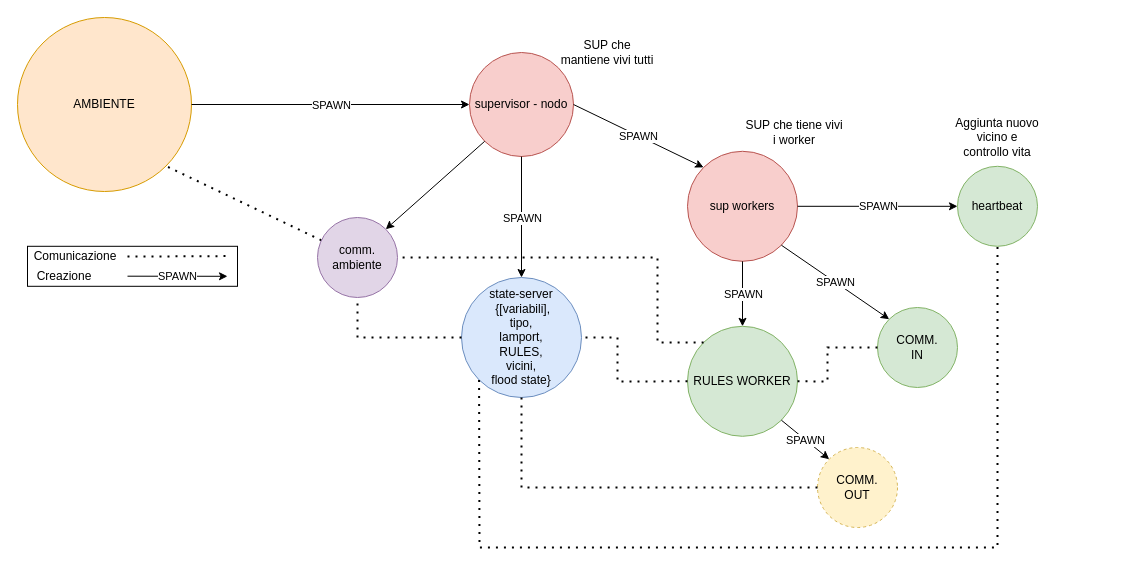
Above: relazione/draws/draw_nodeworker.drawio in DiegoBorsoi/ProgettoSistemiDistribuiti (draw.io), before the change. Source tidied: cells renumbered, new cells numbered last; positions are measured from the earlier drawing's top-left corner, leaving out a move shared by most shapes. Both pictures are drawn from the tidied source at 100%, with x=0, y=0 at pixel (17, 17).
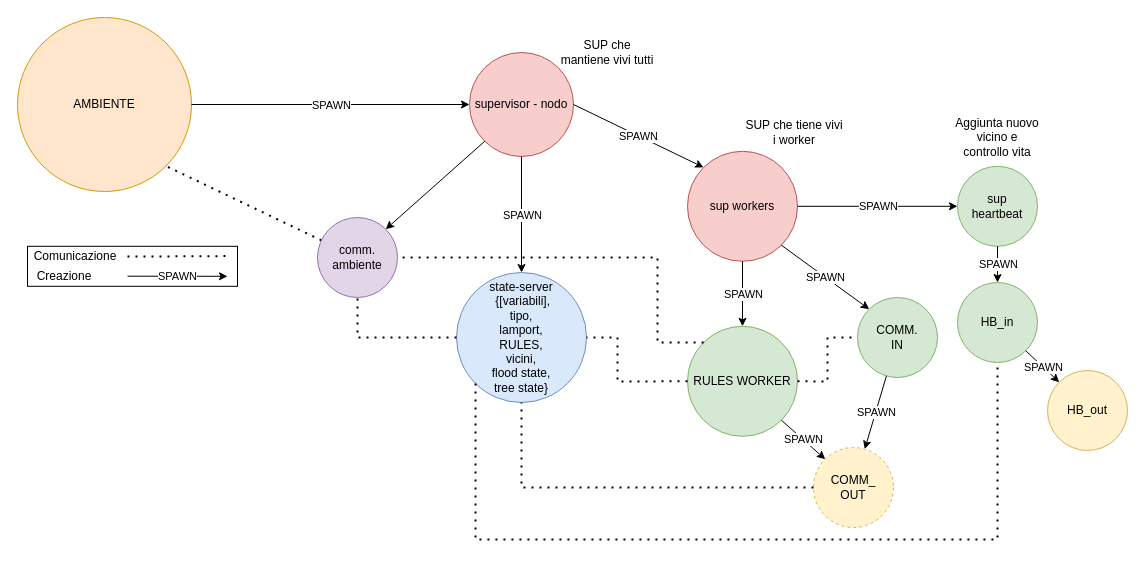
The same diagram, later.

The change refers to these unchanged cells:
```xml
<mxCell id="7" value="RULES WORKER" style="ellipse;whiteSpace=wrap;html=1;fillColor=#d5e8d4;strokeColor=#82b366;" parent="1" vertex="1">
  <mxGeometry x="670" y="308.8" width="110" height="110" as="geometry" />
</mxCell>
```

Change to the diagram source:
```diff
@@
-    <mxCell id="4" value="state-server&lt;br&gt;&amp;nbsp;{[variabili], &lt;br&gt;tipo,&lt;br&gt;lamport,&lt;br&gt;RULES,&lt;br&gt;vicini,&lt;br&gt;flood state}" style="ellipse;whiteSpace=wrap;html=1;fillColor=#dae8fc;strokeColor=#6c8ebf;" parent="1" vertex="1">
-      <mxGeometry x="444" y="260" width="120" height="120" as="geometry" />
+    <mxCell id="4" value="state-server&lt;br&gt;&amp;nbsp;{[variabili], &lt;br&gt;tipo,&lt;br&gt;lamport,&lt;br&gt;RULES,&lt;br&gt;vicini,&lt;br&gt;flood state,&lt;br&gt;tree state}" style="ellipse;whiteSpace=wrap;html=1;fillColor=#dae8fc;strokeColor=#6c8ebf;" parent="1" vertex="1">
+      <mxGeometry x="439" y="255" width="130" height="130" as="geometry" />
     </mxCell>
@@
     <mxCell id="6" value="COMM.&lt;br&gt;IN" style="ellipse;whiteSpace=wrap;html=1;fillColor=#d5e8d4;strokeColor=#82b366;" parent="1" vertex="1">
-      <mxGeometry x="860" y="290" width="80" height="80" as="geometry" />
+      <mxGeometry x="840" y="280" width="80" height="80" as="geometry" />
     </mxCell>
@@
-    <mxCell id="14" value="heartbeat" style="ellipse;whiteSpace=wrap;html=1;fillColor=#d5e8d4;strokeColor=#82b366;" parent="1" vertex="1">
+    <mxCell id="14" value="sup&lt;br&gt;heartbeat" style="ellipse;whiteSpace=wrap;html=1;fillColor=#d5e8d4;strokeColor=#82b366;" parent="1" vertex="1">
       <mxGeometry x="940" y="148.8" width="80" height="80" as="geometry" />
     </mxCell>
@@
-    <mxCell id="18" value="COMM.&lt;br&gt;OUT" style="ellipse;whiteSpace=wrap;html=1;dashed=1;fillColor=#fff2cc;strokeColor=#d6b656;" parent="1" vertex="1">
-      <mxGeometry x="800" y="430" width="80" height="80" as="geometry" />
+    <mxCell id="18" value="COMM_&lt;br&gt;OUT" style="ellipse;whiteSpace=wrap;html=1;dashed=1;fillColor=#fff2cc;strokeColor=#d6b656;" parent="1" vertex="1">
+      <mxGeometry x="796" y="430" width="80" height="80" as="geometry" />
     </mxCell>
@@
-    <mxCell id="30" style="endArrow=none;dashed=1;html=1;dashPattern=1 3;strokeWidth=2;entryX=0.5;entryY=1;entryDx=0;entryDy=0;exitX=0;exitY=1;exitDx=0;exitDy=0;rounded=0;" parent="1" edge="1" source="4" target="14">
+    <mxCell id="30" style="endArrow=none;dashed=1;html=1;dashPattern=1 3;strokeWidth=2;exitX=0;exitY=1;exitDx=0;exitDy=0;rounded=0;entryX=0.5;entryY=1;entryDx=0;entryDy=0;" parent="1" edge="1" source="4">
       <mxGeometry relative="1" as="geometry">
+        <mxPoint x="980" y="337" as="targetPoint" />
         <Array as="points">
-          <mxPoint x="462" y="530" />
-          <mxPoint x="980" y="530" />
+          <mxPoint x="458" y="522" />
+          <mxPoint x="980" y="522" />
         </Array>
       </mxGeometry>
     </mxCell>
-    <mxCell id="31" style="endArrow=none;dashed=1;html=1;dashPattern=1 3;strokeWidth=2;entryX=1;entryY=0.5;entryDx=0;entryDy=0;exitX=0;exitY=0.5;exitDx=0;exitDy=0;rounded=0;" parent="1" edge="1" source="7" target="4">
+    <mxCell id="31" style="endArrow=none;dashed=1;html=1;dashPattern=1 3;strokeWidth=2;exitX=0;exitY=0.5;exitDx=0;exitDy=0;rounded=0;entryX=1;entryY=0.5;entryDx=0;entryDy=0;" parent="1" edge="1" source="7" target="4">
       <mxGeometry relative="1" as="geometry">
         <Array as="points">
           <mxPoint x="600" y="364" />
           <mxPoint x="600" y="320" />
         </Array>
       </mxGeometry>
     </mxCell>
@@
     <mxCell id="35" style="endArrow=none;dashed=1;html=1;dashPattern=1 3;strokeWidth=2;entryX=0;entryY=0.5;entryDx=0;entryDy=0;exitX=1;exitY=0.5;exitDx=0;exitDy=0;rounded=0;" parent="1" edge="1" source="7" target="6">
       <mxGeometry relative="1" as="geometry">
         <Array as="points">
           <mxPoint x="810" y="364" />
-          <mxPoint x="810" y="330" />
+          <mxPoint x="810" y="320" />
         </Array>
       </mxGeometry>
     </mxCell>
@@
+    <mxCell id="42" value="HB_in" style="ellipse;whiteSpace=wrap;html=1;fillColor=#d5e8d4;strokeColor=#82b366;" parent="1" vertex="1">
+      <mxGeometry x="940" y="265" width="80" height="80" as="geometry" />
+    </mxCell>
+    <mxCell id="43" value="HB_out" style="ellipse;whiteSpace=wrap;html=1;fillColor=#fff2cc;strokeColor=#d6b656;" parent="1" vertex="1">
+      <mxGeometry x="1030" y="353" width="80" height="80" as="geometry" />
+    </mxCell>
+    <mxCell id="44" style="endArrow=classic;html=1;entryX=0;entryY=0;entryDx=0;entryDy=0;exitX=1;exitY=1;exitDx=0;exitDy=0;" parent="1" edge="1" source="42" target="43">
+      <mxGeometry relative="1" as="geometry" />
+    </mxCell>
+    <mxCell id="45" value="SPAWN" style="edgeLabel;html=1;align=center;verticalAlign=middle;" parent="44" vertex="1">
+      <mxGeometry relative="1" as="geometry" />
+    </mxCell>
+    <mxCell id="46" style="endArrow=classic;html=1;entryX=0.5;entryY=0;entryDx=0;entryDy=0;exitX=0.5;exitY=1;exitDx=0;exitDy=0;" parent="1" edge="1" source="14" target="42">
+      <mxGeometry relative="1" as="geometry" />
+    </mxCell>
+    <mxCell id="47" value="SPAWN" style="edgeLabel;html=1;align=center;verticalAlign=middle;" parent="46" vertex="1">
+      <mxGeometry relative="1" as="geometry" />
+    </mxCell>
+    <mxCell id="48" style="endArrow=classic;html=1;" parent="1" edge="1" source="6" target="18">
+      <mxGeometry relative="1" as="geometry" />
+    </mxCell>
+    <mxCell id="49" value="SPAWN" style="edgeLabel;html=1;align=center;verticalAlign=middle;" parent="48" vertex="1">
+      <mxGeometry relative="1" as="geometry" />
+    </mxCell>
```
